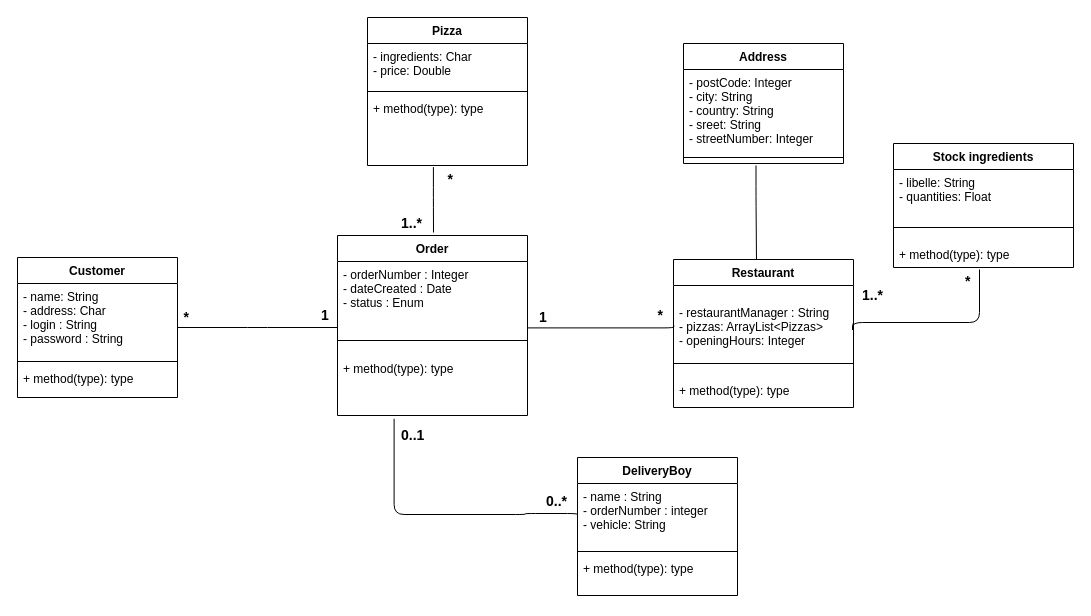
The draw.io diagram page "Diagramme de classe" (8 of 10) of P5-UseCase-definotion.drawio in Ketut38/OC-P5-Pizza, before the edit. Source tidied: cells renumbered, new cells numbered last; positions are measured from the earlier drawing's top-left corner, leaving out a move shared by most shapes. Both pictures are drawn from the tidied source at 100%, with x=0, y=0 at pixel (17, 17).
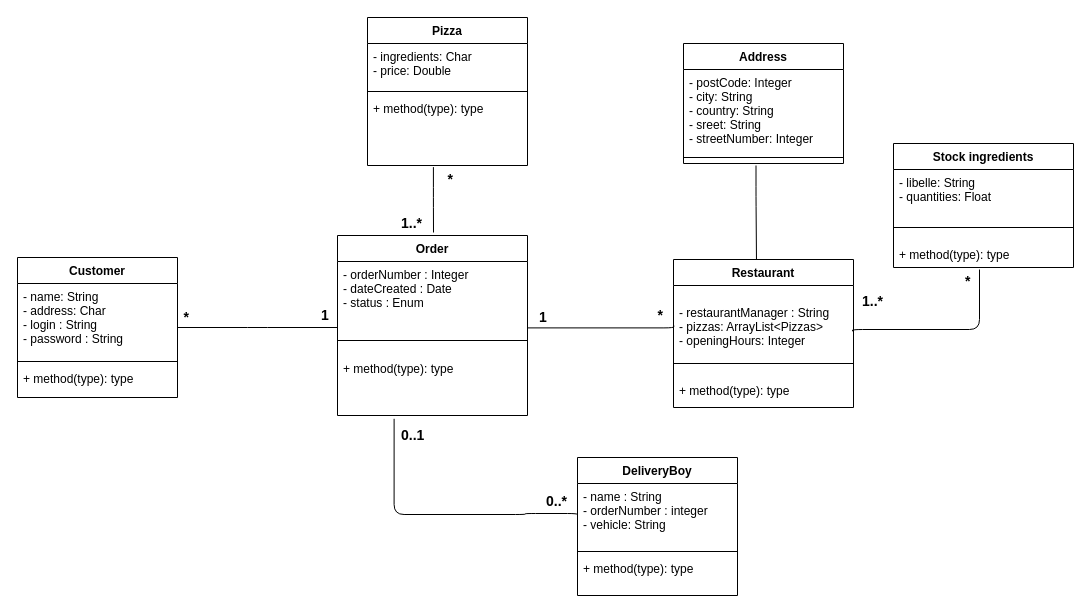
The same page after the edit.

Unchanged cells that the change refers to:
```xml
<mxCell id="7" value="&#10;- restaurantManager : String&#10;- pizzas: ArrayList&lt;Pizzas&gt;&#10;- openingHours: Integer&#10;" style="text;strokeColor=none;fillColor=none;align=left;verticalAlign=top;spacingLeft=4;spacingRight=4;overflow=hidden;points=[[0,0.5],[1,0.5]];portConstraint=eastwest;" parent="6" vertex="1">
  <mxGeometry y="26" width="180" height="64" as="geometry" />
</mxCell>
```

The edit, as a diff of the source:
```diff
@@
-    <mxCell id="32" style="endArrow=none;html=1;edgeStyle=orthogonalEdgeStyle;exitX=0.412;exitY=1.023;exitDx=0;exitDy=0;exitPerimeter=0;entryX=0.997;entryY=0.595;entryDx=0;entryDy=0;entryPerimeter=0;" parent="1" edge="1" target="7">
+    <mxCell id="32" style="endArrow=none;html=1;edgeStyle=orthogonalEdgeStyle;exitX=0.412;exitY=1.023;exitDx=0;exitDy=0;exitPerimeter=0;entryX=0.995;entryY=0.692;entryDx=0;entryDy=0;entryPerimeter=0;" parent="1" edge="1" target="7">
       <mxGeometry relative="1" as="geometry">
         <mxPoint x="962" y="252" as="sourcePoint" />
         <Array as="points">
-          <mxPoint x="962" y="305" />
-          <mxPoint x="835" y="305" />
+          <mxPoint x="962" y="312" />
+          <mxPoint x="835" y="312" />
           <mxPoint x="835" y="314" />
         </Array>
       </mxGeometry>
     </mxCell>
```
